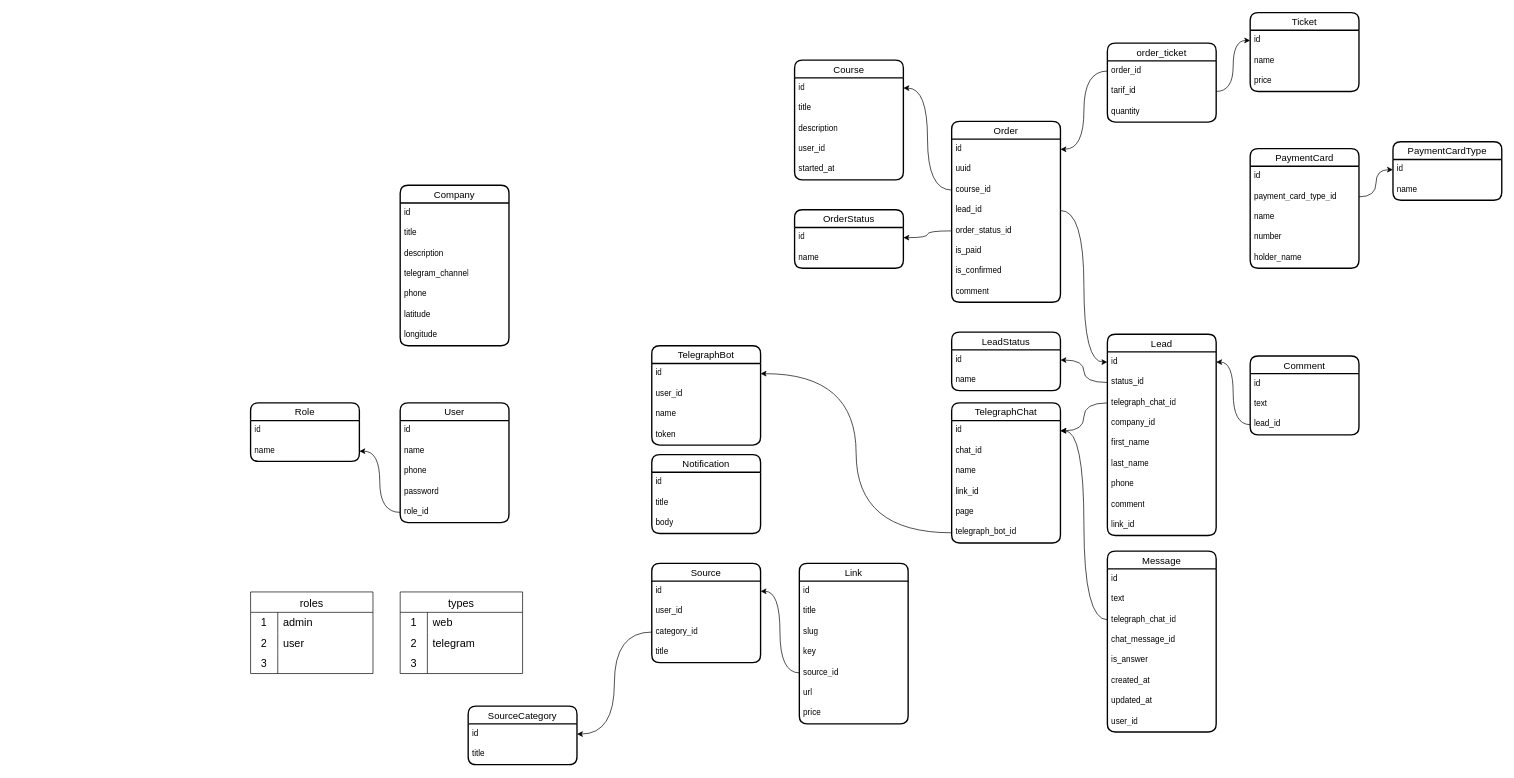
The draw.io diagram page "SAMO" (2 of 3) of sales-up.drawio in iztileuoff/databases, before the edit. Source tidied: cells renumbered, new cells numbered last; positions are measured from the earlier drawing's top-left corner, leaving out a move shared by most shapes. Both pictures are drawn from the tidied source at 68%, with x=0, y=0 at pixel (250, 12).
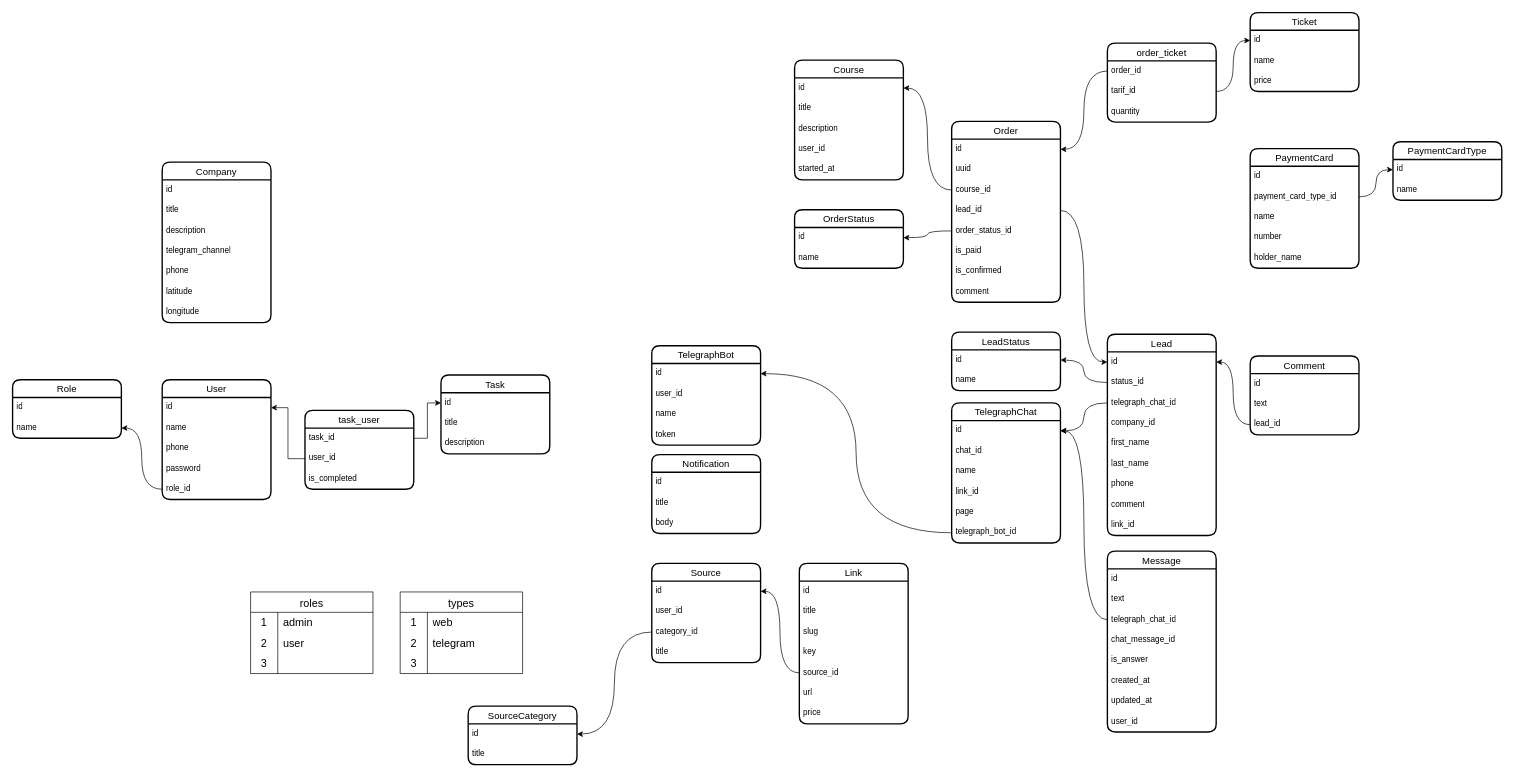
The same diagram, later.

The change refers to these unchanged cells:
```xml
<mxCell id="106" value="id" style="text;strokeColor=none;fillColor=none;spacingLeft=4;spacingRight=4;overflow=hidden;points=[[0,0.5],[1,0.5]];portConstraint=eastwest;fontSize=12;whiteSpace=wrap;html=1;" parent="105" vertex="1">
  <mxGeometry y="26" width="160" height="30" as="geometry" />
</mxCell>
```

Change to the diagram source:
```diff
@@
     <mxCell id="2" value="Company" style="swimlane;fontStyle=0;horizontal=1;startSize=26;align=center;fontSize=14;strokeWidth=2;rounded=1;shadow=0;glass=0;swimlaneLine=1;" parent="1" vertex="1">
-      <mxGeometry x="220" y="254" width="160" height="236" as="geometry" />
+      <mxGeometry x="-130" y="220" width="160" height="236" as="geometry" />
     </mxCell>
@@
     <mxCell id="105" value="User" style="swimlane;fontStyle=0;horizontal=1;startSize=26;align=center;fontSize=14;strokeWidth=2;rounded=1;shadow=0;glass=0;swimlaneLine=1;" parent="1" vertex="1">
-      <mxGeometry x="220" y="574" width="160" height="176" as="geometry" />
+      <mxGeometry x="-130" y="540" width="160" height="176" as="geometry" />
     </mxCell>
@@
     <mxCell id="122" value="Role" style="swimlane;fontStyle=0;horizontal=1;startSize=26;align=center;fontSize=14;strokeWidth=2;rounded=1;shadow=0;glass=0;swimlaneLine=1;" parent="1" vertex="1">
-      <mxGeometry y="574" width="160" height="86" as="geometry" />
+      <mxGeometry x="-350" y="540" width="160" height="86" as="geometry" />
     </mxCell>
@@
+    <mxCell id="146" value="Task" style="swimlane;fontStyle=0;horizontal=1;startSize=26;align=center;fontSize=14;strokeWidth=2;rounded=1;shadow=0;glass=0;swimlaneLine=1;" parent="1" vertex="1">
+      <mxGeometry x="280" y="533" width="160" height="116" as="geometry" />
+    </mxCell>
+    <mxCell id="147" value="id" style="text;strokeColor=none;fillColor=none;spacingLeft=4;spacingRight=4;overflow=hidden;points=[[0,0.5],[1,0.5]];portConstraint=eastwest;fontSize=12;whiteSpace=wrap;html=1;" parent="146" vertex="1">
+      <mxGeometry y="26" width="160" height="30" as="geometry" />
+    </mxCell>
+    <mxCell id="148" value="title" style="text;strokeColor=none;fillColor=none;spacingLeft=4;spacingRight=4;overflow=hidden;fontSize=12;whiteSpace=wrap;html=1;" parent="146" vertex="1">
+      <mxGeometry y="56" width="160" height="30" as="geometry" />
+    </mxCell>
+    <mxCell id="149" value="description" style="text;strokeColor=none;fillColor=none;spacingLeft=4;spacingRight=4;overflow=hidden;fontSize=12;whiteSpace=wrap;html=1;" parent="146" vertex="1">
+      <mxGeometry y="86" width="160" height="30" as="geometry" />
+    </mxCell>
+    <mxCell id="150" value="task_user" style="swimlane;fontStyle=0;horizontal=1;startSize=26;align=center;fontSize=14;strokeWidth=2;rounded=1;shadow=0;glass=0;swimlaneLine=1;" parent="1" vertex="1">
+      <mxGeometry x="80" y="585" width="160" height="116" as="geometry" />
+    </mxCell>
+    <mxCell id="151" value="task_id" style="text;strokeColor=none;fillColor=none;spacingLeft=4;spacingRight=4;overflow=hidden;points=[[0,0.5],[1,0.5]];portConstraint=eastwest;fontSize=12;whiteSpace=wrap;html=1;" parent="150" vertex="1">
+      <mxGeometry y="26" width="160" height="30" as="geometry" />
+    </mxCell>
+    <mxCell id="152" value="user_id" style="text;strokeColor=none;fillColor=none;spacingLeft=4;spacingRight=4;overflow=hidden;points=[[0,0.5],[1,0.5]];portConstraint=eastwest;fontSize=12;whiteSpace=wrap;html=1;" parent="150" vertex="1">
+      <mxGeometry y="56" width="160" height="30" as="geometry" />
+    </mxCell>
+    <mxCell id="153" value="is_completed" style="text;strokeColor=none;fillColor=none;spacingLeft=4;spacingRight=4;overflow=hidden;fontSize=12;whiteSpace=wrap;html=1;" parent="150" vertex="1">
+      <mxGeometry y="86" width="160" height="30" as="geometry" />
+    </mxCell>
+    <mxCell id="154" style="edgeStyle=orthogonalEdgeStyle;rounded=0;jettySize=auto;html=1;entryX=1;entryY=0.5;entryDx=0;entryDy=0;" parent="1" edge="1" source="152" target="106">
+      <mxGeometry relative="1" as="geometry" />
+    </mxCell>
+    <mxCell id="155" style="edgeStyle=orthogonalEdgeStyle;rounded=0;jettySize=auto;html=1;entryX=0;entryY=0.5;entryDx=0;entryDy=0;" parent="1" edge="1" source="151" target="147">
+      <mxGeometry relative="1" as="geometry" />
+    </mxCell>
```
